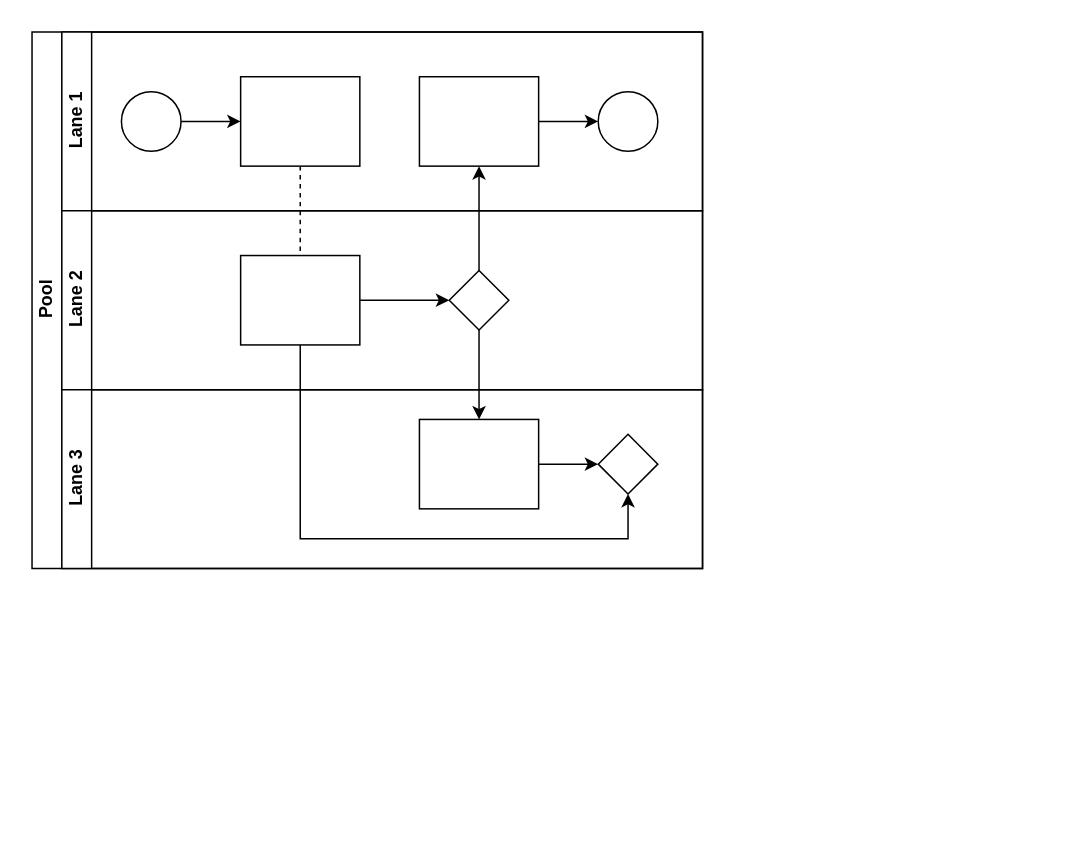
Above: BPR_Swimlane_diagram.drawio in YuanchenZhu2020/DrawIO (draw.io), before the change. Source tidied: cells renumbered, new cells numbered last; positions are measured from the earlier drawing's top-left corner, leaving out a move shared by most shapes. Both pictures are drawn from the tidied source at 149%, with x=0, y=0 at pixel (31, 31).
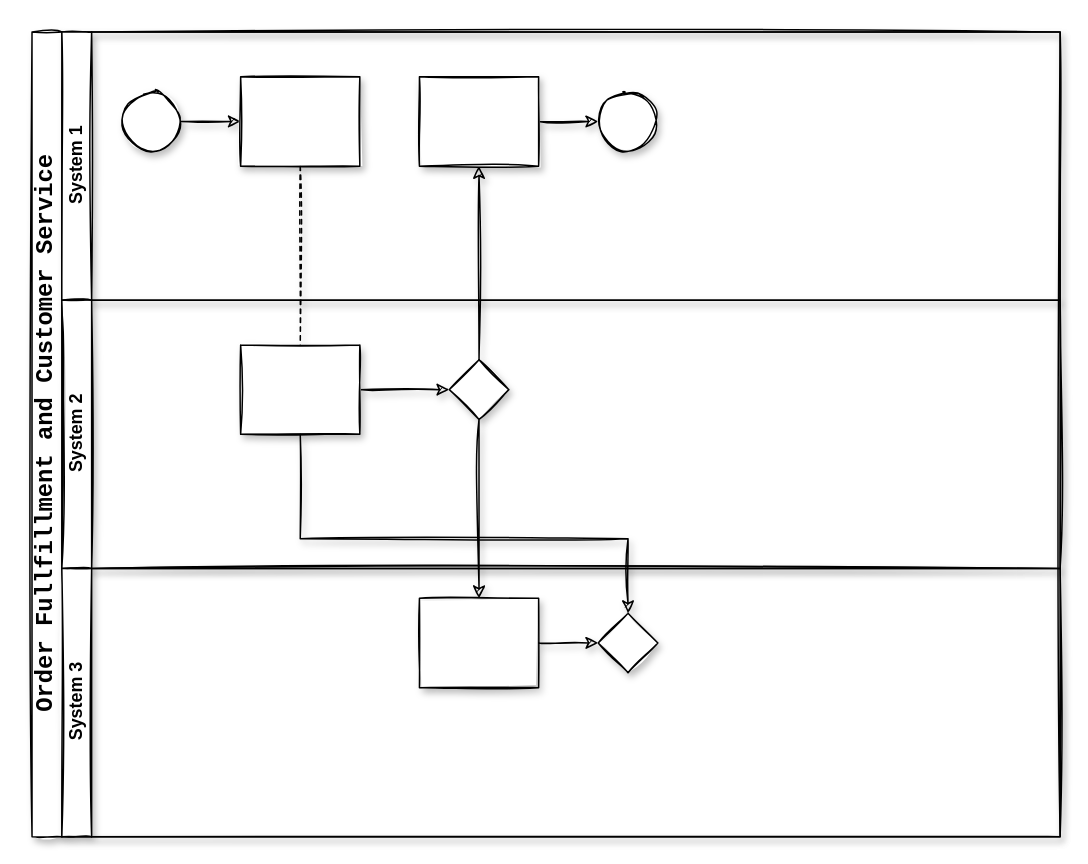
The same diagram, later.

The edit, as a diff of the source:
```diff
@@
-    <mxCell id="2" value="Pool" style="swimlane;html=1;horizontal=0;startSize=20;" parent="1" vertex="1">
-      <mxGeometry width="450" height="360" as="geometry" />
+    <mxCell id="2" value="&lt;div style=&quot;font-family: &amp;#34;consolas&amp;#34; , &amp;#34;courier new&amp;#34; , monospace ; font-weight: normal ; line-height: 27px&quot;&gt;&lt;span style=&quot;font-weight: bold&quot;&gt;&lt;font style=&quot;font-size: 16px&quot;&gt;Order&amp;nbsp;Fullfillment&amp;nbsp;and&amp;nbsp;Customer&amp;nbsp;Service&lt;/font&gt;&lt;/span&gt;&lt;/div&gt;" style="swimlane;html=1;horizontal=0;startSize=20;shadow=1;sketch=1;" parent="1" vertex="1">
+      <mxGeometry width="690" height="540" as="geometry" />
     </mxCell>
-    <mxCell id="3" style="edgeStyle=orthogonalEdgeStyle;rounded=0;jettySize=auto;html=1;dashed=1;endArrow=none;endFill=0;" parent="2" edge="1" source="10" target="16">
+    <mxCell id="3" style="edgeStyle=orthogonalEdgeStyle;rounded=0;jettySize=auto;html=1;dashed=1;endArrow=none;endFill=0;shadow=1;sketch=1;" parent="2" edge="1" source="10" target="16">
       <mxGeometry relative="1" as="geometry" />
     </mxCell>
-    <mxCell id="4" style="edgeStyle=orthogonalEdgeStyle;rounded=0;jettySize=auto;html=1;endArrow=classic;endFill=1;" parent="2" edge="1" source="17" target="12">
+    <mxCell id="4" style="edgeStyle=orthogonalEdgeStyle;rounded=0;jettySize=auto;html=1;endArrow=classic;endFill=1;shadow=1;sketch=1;" parent="2" edge="1" source="17" target="12">
       <mxGeometry relative="1" as="geometry" />
     </mxCell>
-    <mxCell id="5" style="edgeStyle=orthogonalEdgeStyle;rounded=0;jettySize=auto;html=1;endArrow=classic;endFill=1;" parent="2" edge="1" source="17" target="20">
+    <mxCell id="5" style="edgeStyle=orthogonalEdgeStyle;rounded=0;jettySize=auto;html=1;endArrow=classic;endFill=1;shadow=1;sketch=1;" parent="2" edge="1" source="17" target="20">
       <mxGeometry relative="1" as="geometry" />
     </mxCell>
-    <mxCell id="6" style="edgeStyle=orthogonalEdgeStyle;rounded=0;jettySize=auto;html=1;endArrow=classic;endFill=1;" parent="2" edge="1" source="16" target="21">
+    <mxCell id="6" style="edgeStyle=orthogonalEdgeStyle;rounded=0;jettySize=auto;html=1;endArrow=classic;endFill=1;shadow=1;sketch=1;" parent="2" edge="1" source="16" target="21">
       <mxGeometry relative="1" as="geometry">
         <Array as="points">
           <mxPoint x="180" y="340" />
           <mxPoint x="400" y="340" />
         </Array>
       </mxGeometry>
     </mxCell>
-    <mxCell id="7" value="Lane 1" style="swimlane;html=1;startSize=20;horizontal=0;" parent="2" vertex="1">
-      <mxGeometry x="20" width="430" height="120" as="geometry" />
+    <mxCell id="7" value="System 1" style="swimlane;html=1;startSize=20;horizontal=0;shadow=1;sketch=1;" parent="2" vertex="1">
+      <mxGeometry x="20" width="670" height="180" as="geometry" />
     </mxCell>
-    <mxCell id="8" style="edgeStyle=orthogonalEdgeStyle;rounded=0;jettySize=auto;html=1;" parent="7" edge="1" source="9" target="10">
+    <mxCell id="8" style="edgeStyle=orthogonalEdgeStyle;rounded=0;jettySize=auto;html=1;shadow=1;sketch=1;" parent="7" edge="1" source="9" target="10">
       <mxGeometry relative="1" as="geometry" />
     </mxCell>
-    <mxCell id="9" style="ellipse;whiteSpace=wrap;html=1;" parent="7" vertex="1">
+    <mxCell id="9" style="ellipse;whiteSpace=wrap;html=1;shadow=1;sketch=1;" parent="7" vertex="1">
       <mxGeometry x="40" y="40" width="40" height="40" as="geometry" />
     </mxCell>
-    <mxCell id="10" style="rounded=0;whiteSpace=wrap;html=1;fontFamily=Helvetica;fontSize=12;fontColor=#000000;align=center;" parent="7" vertex="1">
+    <mxCell id="10" style="rounded=0;whiteSpace=wrap;html=1;fontFamily=Helvetica;fontSize=12;fontColor=#000000;align=center;shadow=1;sketch=1;" parent="7" vertex="1">
       <mxGeometry x="120" y="30" width="80" height="60" as="geometry" />
     </mxCell>
-    <mxCell id="11" style="edgeStyle=orthogonalEdgeStyle;rounded=0;jettySize=auto;html=1;endArrow=classic;endFill=1;" parent="7" edge="1" source="12" target="13">
+    <mxCell id="11" style="edgeStyle=orthogonalEdgeStyle;rounded=0;jettySize=auto;html=1;endArrow=classic;endFill=1;shadow=1;sketch=1;" parent="7" edge="1" source="12" target="13">
       <mxGeometry relative="1" as="geometry" />
     </mxCell>
-    <mxCell id="12" style="rounded=0;whiteSpace=wrap;html=1;fontFamily=Helvetica;fontSize=12;fontColor=#000000;align=center;" parent="7" vertex="1">
+    <mxCell id="12" style="rounded=0;whiteSpace=wrap;html=1;fontFamily=Helvetica;fontSize=12;fontColor=#000000;align=center;shadow=1;sketch=1;" parent="7" vertex="1">
       <mxGeometry x="240" y="30" width="80" height="60" as="geometry" />
     </mxCell>
-    <mxCell id="13" style="ellipse;whiteSpace=wrap;html=1;" parent="7" vertex="1">
+    <mxCell id="13" style="ellipse;whiteSpace=wrap;html=1;shadow=1;sketch=1;" parent="7" vertex="1">
       <mxGeometry x="360" y="40" width="40" height="40" as="geometry" />
     </mxCell>
-    <mxCell id="14" value="Lane 2" style="swimlane;html=1;startSize=20;horizontal=0;" parent="2" vertex="1">
-      <mxGeometry x="20" y="120" width="430" height="120" as="geometry" />
+    <mxCell id="14" value="System 2" style="swimlane;html=1;startSize=20;horizontal=0;shadow=1;sketch=1;" parent="2" vertex="1">
+      <mxGeometry x="20" y="180" width="670" height="180" as="geometry" />
     </mxCell>
-    <mxCell id="15" style="edgeStyle=orthogonalEdgeStyle;rounded=0;jettySize=auto;html=1;endArrow=classic;endFill=1;" parent="14" edge="1" source="16" target="17">
+    <mxCell id="15" style="edgeStyle=orthogonalEdgeStyle;rounded=0;jettySize=auto;html=1;endArrow=classic;endFill=1;shadow=1;sketch=1;" parent="14" edge="1" source="16" target="17">
       <mxGeometry relative="1" as="geometry" />
     </mxCell>
-    <mxCell id="16" style="rounded=0;whiteSpace=wrap;html=1;fontFamily=Helvetica;fontSize=12;fontColor=#000000;align=center;" parent="14" vertex="1">
+    <mxCell id="16" style="rounded=0;whiteSpace=wrap;html=1;fontFamily=Helvetica;fontSize=12;fontColor=#000000;align=center;shadow=1;sketch=1;" parent="14" vertex="1">
       <mxGeometry x="120" y="30" width="80" height="60" as="geometry" />
     </mxCell>
-    <mxCell id="17" style="rhombus;whiteSpace=wrap;html=1;fontFamily=Helvetica;fontSize=12;fontColor=#000000;align=center;" parent="14" vertex="1">
+    <mxCell id="17" style="rhombus;whiteSpace=wrap;html=1;fontFamily=Helvetica;fontSize=12;fontColor=#000000;align=center;shadow=1;sketch=1;" parent="14" vertex="1">
       <mxGeometry x="260" y="40" width="40" height="40" as="geometry" />
     </mxCell>
-    <mxCell id="18" value="Lane 3" style="swimlane;html=1;startSize=20;horizontal=0;" parent="2" vertex="1">
-      <mxGeometry x="20" y="240" width="430" height="120" as="geometry" />
+    <mxCell id="18" value="System 3" style="swimlane;html=1;startSize=20;horizontal=0;shadow=1;sketch=1;" parent="2" vertex="1">
+      <mxGeometry x="20" y="360" width="670" height="180" as="geometry" />
     </mxCell>
-    <mxCell id="19" style="edgeStyle=orthogonalEdgeStyle;rounded=0;jettySize=auto;html=1;endArrow=classic;endFill=1;" parent="18" edge="1" source="20" target="21">
+    <mxCell id="19" style="edgeStyle=orthogonalEdgeStyle;rounded=0;jettySize=auto;html=1;endArrow=classic;endFill=1;shadow=1;sketch=1;" parent="18" edge="1" source="20" target="21">
       <mxGeometry relative="1" as="geometry" />
     </mxCell>
-    <mxCell id="20" style="rounded=0;whiteSpace=wrap;html=1;fontFamily=Helvetica;fontSize=12;fontColor=#000000;align=center;" parent="18" vertex="1">
+    <mxCell id="20" style="rounded=0;whiteSpace=wrap;html=1;fontFamily=Helvetica;fontSize=12;fontColor=#000000;align=center;shadow=1;sketch=1;" parent="18" vertex="1">
       <mxGeometry x="240" y="20" width="80" height="60" as="geometry" />
     </mxCell>
-    <mxCell id="21" style="rhombus;whiteSpace=wrap;html=1;fontFamily=Helvetica;fontSize=12;fontColor=#000000;align=center;" parent="18" vertex="1">
+    <mxCell id="21" style="rhombus;whiteSpace=wrap;html=1;fontFamily=Helvetica;fontSize=12;fontColor=#000000;align=center;shadow=1;sketch=1;" parent="18" vertex="1">
       <mxGeometry x="360" y="30" width="40" height="40" as="geometry" />
     </mxCell>
```
